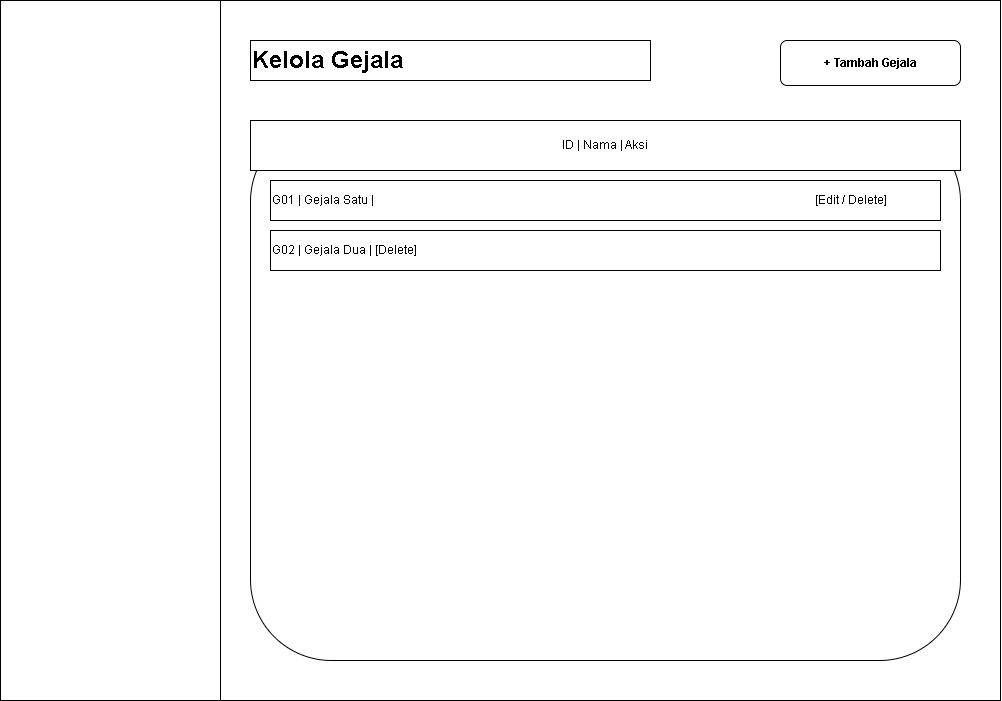
The draw.io diagram diagram/desain/admin_gejala.png in Jinsky/Jinsky, before a commit. Source tidied: cells renumbered, new cells last; positions are measured from the earlier drawing's top-left corner, leaving out a move shared by most shapes.
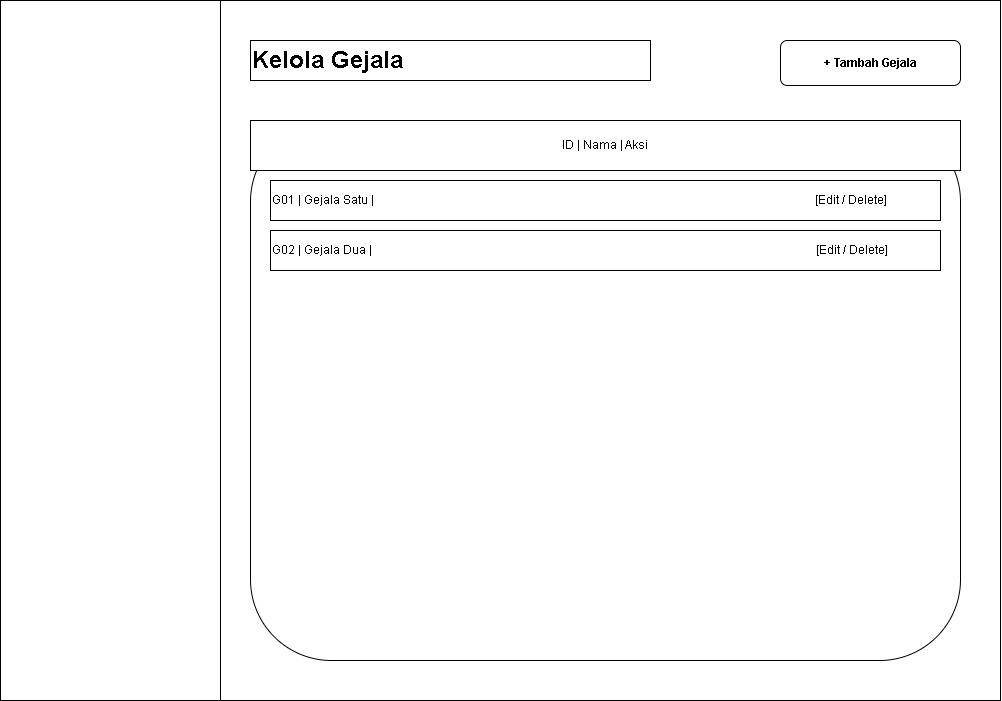
Above is the later version.

Change to the diagram source:
```diff
@@ -23,7 +23,7 @@
     <mxCell id="8" value="G01 | Gejala Satu |&amp;nbsp; &amp;nbsp; &amp;nbsp; &amp;nbsp; &amp;nbsp; &amp;nbsp; &amp;nbsp; &amp;nbsp; &amp;nbsp; &amp;nbsp; &amp;nbsp; &amp;nbsp; &amp;nbsp; &amp;nbsp; &amp;nbsp; &amp;nbsp; &amp;nbsp; &amp;nbsp; &amp;nbsp; &amp;nbsp; &amp;nbsp; &amp;nbsp; &amp;nbsp; &amp;nbsp; &amp;nbsp; &amp;nbsp; &amp;nbsp; &amp;nbsp; &amp;nbsp; &amp;nbsp; &amp;nbsp; &amp;nbsp; &amp;nbsp; &amp;nbsp; &amp;nbsp; &amp;nbsp; &amp;nbsp; &amp;nbsp; &amp;nbsp; &amp;nbsp; &amp;nbsp; &amp;nbsp; &amp;nbsp; &amp;nbsp; &amp;nbsp; &amp;nbsp; &amp;nbsp; &amp;nbsp; &amp;nbsp; &amp;nbsp; &amp;nbsp; &amp;nbsp; &amp;nbsp; &amp;nbsp; &amp;nbsp; &amp;nbsp; &amp;nbsp; &amp;nbsp; &amp;nbsp; &amp;nbsp; &amp;nbsp; &amp;nbsp; &amp;nbsp; &amp;nbsp; &amp;nbsp; &amp;nbsp; &amp;nbsp; &amp;nbsp; &amp;nbsp; &amp;nbsp; &amp;nbsp; &amp;nbsp; &amp;nbsp; &amp;nbsp;[Edit / Delete]" style="text;html=1;strokeColor=#000000;fillColor=none;align=left;verticalAlign=middle;whiteSpace=wrap;rounded=0;fontColor=#000000;" parent="1" vertex="1">
       <mxGeometry x="270" y="180" width="670" height="40" as="geometry" />
     </mxCell>
-    <mxCell id="9" value="G02 | Gejala Dua | [Delete]" style="text;html=1;strokeColor=#000000;fillColor=none;align=left;verticalAlign=middle;whiteSpace=wrap;rounded=0;fontColor=#000000;" parent="1" vertex="1">
+    <mxCell id="9" value="G02 | Gejala Dua |&amp;nbsp; &amp;nbsp; &amp;nbsp; &amp;nbsp; &amp;nbsp; &amp;nbsp; &amp;nbsp; &amp;nbsp; &amp;nbsp; &amp;nbsp; &amp;nbsp; &amp;nbsp; &amp;nbsp; &amp;nbsp; &amp;nbsp; &amp;nbsp; &amp;nbsp; &amp;nbsp; &amp;nbsp; &amp;nbsp; &amp;nbsp; &amp;nbsp; &amp;nbsp; &amp;nbsp; &amp;nbsp; &amp;nbsp; &amp;nbsp; &amp;nbsp; &amp;nbsp; &amp;nbsp; &amp;nbsp; &amp;nbsp; &amp;nbsp; &amp;nbsp; &amp;nbsp; &amp;nbsp; &amp;nbsp; &amp;nbsp; &amp;nbsp; &amp;nbsp; &amp;nbsp; &amp;nbsp; &amp;nbsp; &amp;nbsp; &amp;nbsp; &amp;nbsp; &amp;nbsp; &amp;nbsp; &amp;nbsp; &amp;nbsp; &amp;nbsp; &amp;nbsp; &amp;nbsp; &amp;nbsp; &amp;nbsp; &amp;nbsp; &amp;nbsp; &amp;nbsp; &amp;nbsp; &amp;nbsp; &amp;nbsp; &amp;nbsp; &amp;nbsp; &amp;nbsp; &amp;nbsp; &amp;nbsp; &amp;nbsp; &amp;nbsp; &amp;nbsp; &amp;nbsp; &amp;nbsp; &amp;nbsp; &amp;nbsp; &amp;nbsp; [Edit / Delete]" style="text;html=1;strokeColor=#000000;fillColor=none;align=left;verticalAlign=middle;whiteSpace=wrap;rounded=0;fontColor=#000000;" parent="1" vertex="1">
       <mxGeometry x="270" y="230" width="670" height="40" as="geometry" />
     </mxCell>
   </root>
```
